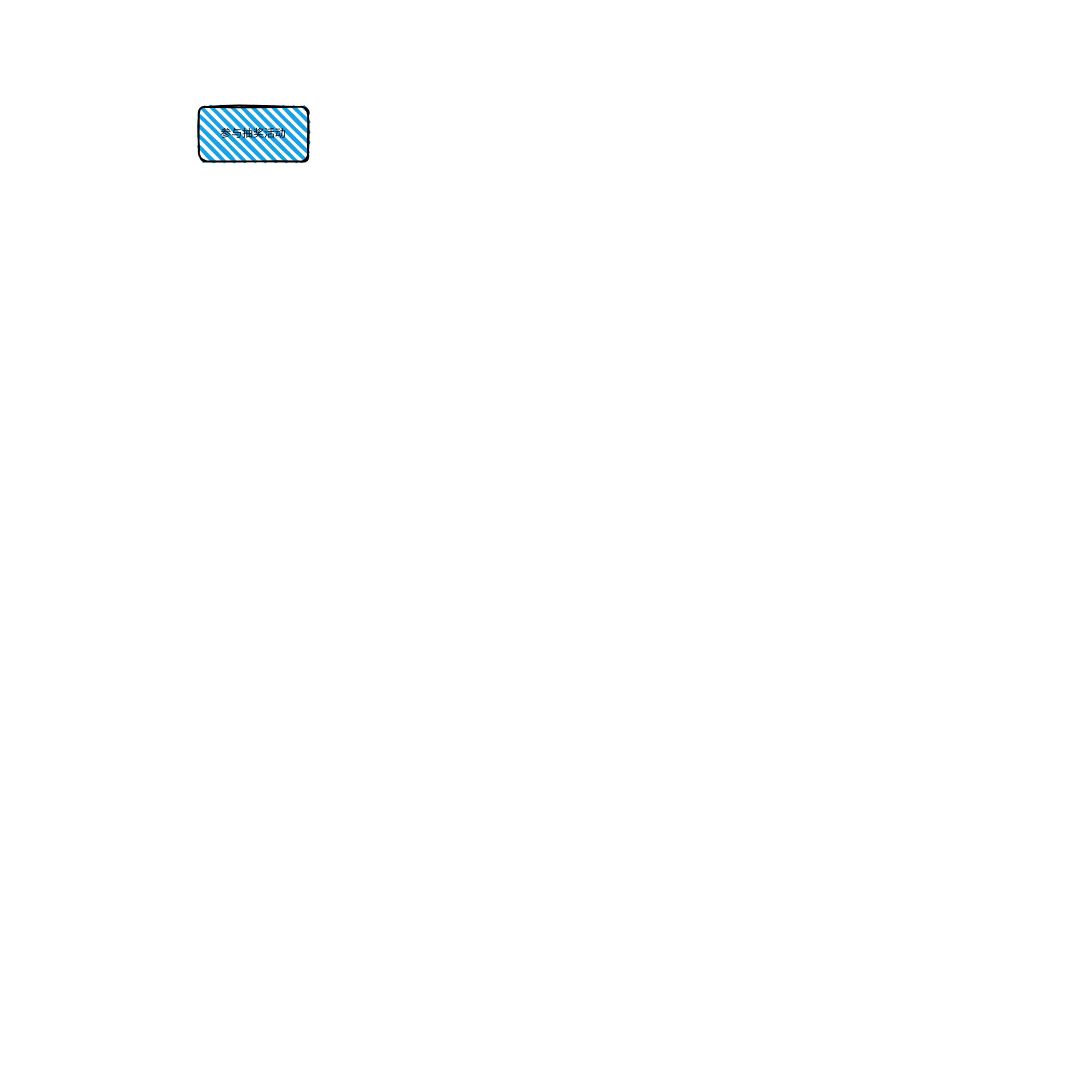
Earlier version of the draw.io diagram 用户参与活动流程.drawio (rainofliu/advanced-java). Source tidied: cells renumbered, new cells numbered last; positions are measured from the earlier drawing's top-left corner, leaving out a move shared by most shapes. Both pictures are drawn from the tidied source at 91%, with x=0, y=0 at pixel (198, 106).
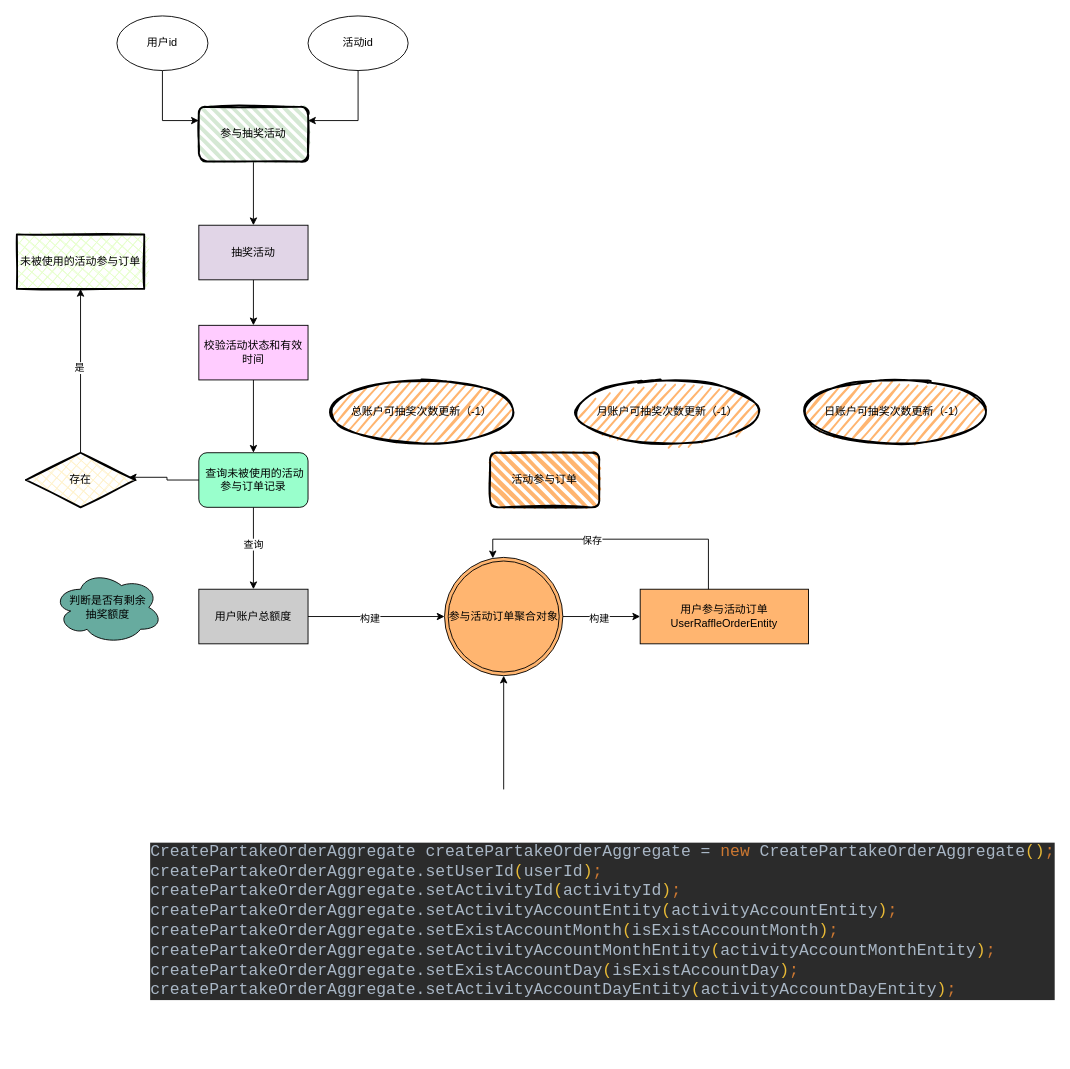
After the change.

Commit message (it also covers changes not shown here):
更新用户参与活动流程.drawio

The edit, as a diff of the source:
```diff
@@
+    <mxCell id="3" style="edgeStyle=orthogonalEdgeStyle;rounded=0;jettySize=auto;html=1;exitX=0.5;exitY=1;exitDx=0;exitDy=0;" parent="1" edge="1" source="2" target="9">
+      <mxGeometry relative="1" as="geometry" />
+    </mxCell>
-    <mxCell id="2" value="参与抽奖活动" style="rounded=1;whiteSpace=wrap;html=1;strokeWidth=2;fillWeight=4;hachureGap=8;hachureAngle=45;fillColor=#1ba1e2;sketch=1;" parent="1" vertex="1">
+    <mxCell id="2" value="参与抽奖活动" style="rounded=1;whiteSpace=wrap;html=1;strokeWidth=2;fillWeight=4;hachureGap=8;hachureAngle=45;fillColor=#D5E8D4;sketch=1;" parent="1" vertex="1">
       <mxGeometry width="120" height="60" as="geometry" />
     </mxCell>
+    <mxCell id="4" style="edgeStyle=orthogonalEdgeStyle;rounded=0;jettySize=auto;html=1;entryX=0;entryY=0.25;entryDx=0;entryDy=0;" parent="1" edge="1" source="5" target="2">
+      <mxGeometry relative="1" as="geometry" />
+    </mxCell>
+    <mxCell id="5" value="用户id" style="ellipse;whiteSpace=wrap;html=1;" parent="1" vertex="1">
+      <mxGeometry x="-90" y="-100" width="100" height="60" as="geometry" />
+    </mxCell>
+    <mxCell id="6" style="edgeStyle=orthogonalEdgeStyle;rounded=0;jettySize=auto;html=1;exitX=0.5;exitY=1;exitDx=0;exitDy=0;entryX=1;entryY=0.25;entryDx=0;entryDy=0;" parent="1" edge="1" source="7" target="2">
+      <mxGeometry relative="1" as="geometry" />
+    </mxCell>
+    <mxCell id="7" value="活动id" style="ellipse;whiteSpace=wrap;html=1;" parent="1" vertex="1">
+      <mxGeometry x="120" y="-100" width="110" height="60" as="geometry" />
+    </mxCell>
+    <mxCell id="8" style="edgeStyle=orthogonalEdgeStyle;rounded=0;jettySize=auto;html=1;" parent="1" edge="1" source="9" target="11">
+      <mxGeometry relative="1" as="geometry" />
+    </mxCell>
+    <mxCell id="9" value="抽奖活动" style="rounded=0;whiteSpace=wrap;html=1;fillColor=#E1D5E7;" parent="1" vertex="1">
+      <mxGeometry y="130" width="120" height="60" as="geometry" />
+    </mxCell>
+    <mxCell id="10" style="edgeStyle=orthogonalEdgeStyle;rounded=0;jettySize=auto;html=1;exitX=0.5;exitY=1;exitDx=0;exitDy=0;entryX=0.5;entryY=0;entryDx=0;entryDy=0;" parent="1" edge="1" source="11" target="14">
+      <mxGeometry relative="1" as="geometry" />
+    </mxCell>
+    <mxCell id="11" value="校验活动状态和有效时间" style="rounded=0;whiteSpace=wrap;html=1;fillColor=#FFCCFF;" parent="1" vertex="1">
+      <mxGeometry y="240" width="120" height="60" as="geometry" />
+    </mxCell>
+    <mxCell id="12" style="edgeStyle=orthogonalEdgeStyle;rounded=0;jettySize=auto;html=1;exitX=0.5;exitY=1;exitDx=0;exitDy=0;entryX=0.5;entryY=0;entryDx=0;entryDy=0;" parent="1" edge="1" source="14" target="22">
+      <mxGeometry relative="1" as="geometry">
+        <Array as="points">
+          <mxPoint x="60" y="510" />
+          <mxPoint x="60" y="510" />
+        </Array>
+      </mxGeometry>
+    </mxCell>
+    <mxCell id="13" value="查询" style="edgeLabel;html=1;align=center;verticalAlign=middle;" parent="12" vertex="1">
+      <mxGeometry x="-0.12" y="-1" relative="1" as="geometry" />
+    </mxCell>
+    <mxCell id="14" value="&amp;nbsp;查询未被使用的活动参与订单记录" style="rounded=1;whiteSpace=wrap;html=1;fillColor=#99FFCC;" parent="1" vertex="1">
+      <mxGeometry y="380" width="120" height="60" as="geometry" />
+    </mxCell>
+    <mxCell id="15" style="edgeStyle=orthogonalEdgeStyle;rounded=0;jettySize=auto;html=1;" parent="1" edge="1" source="17" target="19">
+      <mxGeometry relative="1" as="geometry" />
+    </mxCell>
+    <mxCell id="16" value="是" style="edgeLabel;html=1;align=center;verticalAlign=middle;" parent="15" vertex="1">
+      <mxGeometry x="0.04" y="2" relative="1" as="geometry" />
+    </mxCell>
+    <mxCell id="17" value="存在" style="rhombus;whiteSpace=wrap;html=1;strokeWidth=2;fillWeight=-1;hachureGap=8;fillStyle=cross-hatch;fillColor=#FFF2CC;sketch=1;" parent="1" vertex="1">
+      <mxGeometry x="-190" y="380" width="120" height="60" as="geometry" />
+    </mxCell>
+    <mxCell id="18" style="edgeStyle=orthogonalEdgeStyle;rounded=0;jettySize=auto;html=1;entryX=0.942;entryY=0.45;entryDx=0;entryDy=0;entryPerimeter=0;" parent="1" edge="1" source="14" target="17">
+      <mxGeometry relative="1" as="geometry" />
+    </mxCell>
+    <mxCell id="19" value="未被使用的活动参与订单" style="whiteSpace=wrap;html=1;fillColor=#E6FFCC;strokeWidth=2;fillWeight=-1;hachureGap=8;fillStyle=cross-hatch;sketch=1;" parent="1" vertex="1">
+      <mxGeometry x="-200" y="140" width="140" height="60" as="geometry" />
+    </mxCell>
+    <mxCell id="20" style="edgeStyle=orthogonalEdgeStyle;rounded=0;jettySize=auto;html=1;exitX=1;exitY=0.5;exitDx=0;exitDy=0;" parent="1" edge="1" source="22" target="26">
+      <mxGeometry relative="1" as="geometry" />
+    </mxCell>
+    <mxCell id="21" value="构建" style="edgeLabel;html=1;align=center;verticalAlign=middle;" parent="20" vertex="1">
+      <mxGeometry x="-0.11" y="-2" relative="1" as="geometry" />
+    </mxCell>
+    <mxCell id="22" value="用户账户总额度" style="rounded=0;whiteSpace=wrap;html=1;fillColor=#CCCCCC;" parent="1" vertex="1">
+      <mxGeometry y="530" width="120" height="60" as="geometry" />
+    </mxCell>
+    <mxCell id="23" value="判断是否有剩余&lt;div&gt;抽奖额度&lt;/div&gt;" style="ellipse;shape=cloud;whiteSpace=wrap;html=1;fillColor=#67AB9F;" parent="1" vertex="1">
+      <mxGeometry x="-160" y="510" width="120" height="80" as="geometry" />
+    </mxCell>
+    <mxCell id="24" style="edgeStyle=orthogonalEdgeStyle;rounded=0;jettySize=auto;html=1;" parent="1" edge="1" source="26" target="29">
+      <mxGeometry relative="1" as="geometry" />
+    </mxCell>
+    <mxCell id="25" value="构建" style="edgeLabel;html=1;align=center;verticalAlign=middle;" parent="24" vertex="1">
+      <mxGeometry x="-0.08" y="-2" relative="1" as="geometry" />
+    </mxCell>
+    <mxCell id="26" value="参与活动订单聚合对象" style="ellipse;shape=doubleEllipse;whiteSpace=wrap;html=1;fillColor=#FFB570;" parent="1" vertex="1">
+      <mxGeometry x="270" y="495" width="130" height="130" as="geometry" />
+    </mxCell>
+    <mxCell id="27" style="edgeStyle=orthogonalEdgeStyle;rounded=0;jettySize=auto;html=1;" parent="1" edge="1" source="28" target="26">
+      <mxGeometry relative="1" as="geometry" />
+    </mxCell>
+    <mxCell id="28" value="&lt;div style=&quot;background-color: rgb(43, 43, 43); color: rgb(169, 183, 198); font-family: &amp;quot;JetBrains Mono&amp;quot;, monospace; white-space: pre;&quot;&gt;&lt;font style=&quot;font-size: 18px;&quot;&gt;CreatePartakeOrderAggregate createPartakeOrderAggregate = &lt;span style=&quot;color: rgb(204, 120, 50);&quot;&gt;new &lt;/span&gt;CreatePartakeOrderAggregate&lt;span style=&quot;color: rgb(232, 186, 54);&quot;&gt;()&lt;/span&gt;&lt;span style=&quot;color: rgb(204, 120, 50);&quot;&gt;;&lt;br&gt;&lt;/span&gt;createPartakeOrderAggregate.setUserId&lt;span style=&quot;color: rgb(232, 186, 54);&quot;&gt;(&lt;/span&gt;userId&lt;span style=&quot;color: rgb(232, 186, 54);&quot;&gt;)&lt;/span&gt;&lt;span style=&quot;color: rgb(204, 120, 50);&quot;&gt;;&lt;br&gt;&lt;/span&gt;createPartakeOrderAggregate.setActivityId&lt;span style=&quot;color: rgb(232, 186, 54);&quot;&gt;(&lt;/span&gt;activityId&lt;span style=&quot;color: rgb(232, 186, 54);&quot;&gt;)&lt;/span&gt;&lt;span style=&quot;color: rgb(204, 120, 50);&quot;&gt;;&lt;br&gt;&lt;/span&gt;createPartakeOrderAggregate.setActivityAccountEntity&lt;span style=&quot;color: rgb(232, 186, 54);&quot;&gt;(&lt;/span&gt;activityAccountEntity&lt;span style=&quot;color: rgb(232, 186, 54);&quot;&gt;)&lt;/span&gt;&lt;span style=&quot;color: rgb(204, 120, 50);&quot;&gt;;&lt;br&gt;&lt;/span&gt;createPartakeOrderAggregate.setExistAccountMonth&lt;span style=&quot;color: rgb(232, 186, 54);&quot;&gt;(&lt;/span&gt;isExistAccountMonth&lt;span style=&quot;color: rgb(232, 186, 54);&quot;&gt;)&lt;/span&gt;&lt;span style=&quot;color: rgb(204, 120, 50);&quot;&gt;;&lt;br&gt;&lt;/span&gt;createPartakeOrderAggregate.setActivityAccountMonthEntity&lt;span style=&quot;color: rgb(232, 186, 54);&quot;&gt;(&lt;/span&gt;activityAccountMonthEntity&lt;span style=&quot;color: rgb(232, 186, 54);&quot;&gt;)&lt;/span&gt;&lt;span style=&quot;color: rgb(204, 120, 50);&quot;&gt;;&lt;br&gt;&lt;/span&gt;createPartakeOrderAggregate.setExistAccountDay&lt;span style=&quot;color: rgb(232, 186, 54);&quot;&gt;(&lt;/span&gt;isExistAccountDay&lt;span style=&quot;color: rgb(232, 186, 54);&quot;&gt;)&lt;/span&gt;&lt;span style=&quot;color: rgb(204, 120, 50);&quot;&gt;;&lt;br&gt;&lt;/span&gt;createPartakeOrderAggregate.setActivityAccountDayEntity&lt;span style=&quot;color: rgb(232, 186, 54);&quot;&gt;(&lt;/span&gt;activityAccountDayEntity&lt;span style=&quot;color: rgb(232, 186, 54);&quot;&gt;)&lt;/span&gt;&lt;span style=&quot;color: rgb(204, 120, 50);&quot;&gt;;&lt;/span&gt;&lt;/font&gt;&lt;/div&gt;" style="text;html=1;align=left;verticalAlign=middle;whiteSpace=wrap;rounded=0;" parent="1" vertex="1">
+      <mxGeometry x="-55" y="750" width="780" height="290" as="geometry" />
+    </mxCell>
+    <mxCell id="29" value="用户参与活动订单&lt;div&gt;UserRaffleOrderEntity&lt;/div&gt;" style="whiteSpace=wrap;html=1;fillColor=#FFB570;" parent="1" vertex="1">
+      <mxGeometry x="485" y="530" width="185" height="60" as="geometry" />
+    </mxCell>
+    <mxCell id="30" style="edgeStyle=orthogonalEdgeStyle;rounded=0;jettySize=auto;html=1;entryX=0.408;entryY=0.008;entryDx=0;entryDy=0;entryPerimeter=0;" parent="1" edge="1" source="29" target="26">
+      <mxGeometry relative="1" as="geometry">
+        <Array as="points">
+          <mxPoint x="560" y="475" />
+          <mxPoint x="323" y="475" />
+        </Array>
+      </mxGeometry>
+    </mxCell>
+    <mxCell id="31" value="保存" style="edgeLabel;html=1;align=center;verticalAlign=middle;" parent="30" vertex="1">
+      <mxGeometry x="0.35" y="1" relative="1" as="geometry">
+        <mxPoint x="27" as="offset" />
+      </mxGeometry>
+    </mxCell>
+    <mxCell id="32" value="总账户可抽奖次数更新（-1）" style="ellipse;whiteSpace=wrap;html=1;strokeWidth=2;fillWeight=2;hachureGap=8;fillColor=#FFB570;fillStyle=dots;sketch=1;" parent="1" vertex="1">
+      <mxGeometry x="140" y="300" width="210" height="70" as="geometry" />
+    </mxCell>
+    <mxCell id="33" value="月账户可抽奖次数更新（-1）" style="ellipse;whiteSpace=wrap;html=1;strokeWidth=2;fillWeight=2;hachureGap=8;fillColor=#FFB570;fillStyle=dots;sketch=1;" parent="1" vertex="1">
+      <mxGeometry x="410" y="300" width="210" height="70" as="geometry" />
+    </mxCell>
+    <mxCell id="34" value="日账户可抽奖次数更新（-1）" style="ellipse;whiteSpace=wrap;html=1;strokeWidth=2;fillWeight=2;hachureGap=8;fillColor=#FFB570;fillStyle=dots;sketch=1;" parent="1" vertex="1">
+      <mxGeometry x="660" y="300" width="210" height="70" as="geometry" />
+    </mxCell>
+    <mxCell id="35" value="活动参与订单" style="rounded=1;whiteSpace=wrap;html=1;strokeWidth=2;fillWeight=4;hachureGap=8;hachureAngle=45;fillColor=#FFB570;sketch=1;" parent="1" vertex="1">
+      <mxGeometry x="320" y="380" width="120" height="60" as="geometry" />
+    </mxCell>
```
